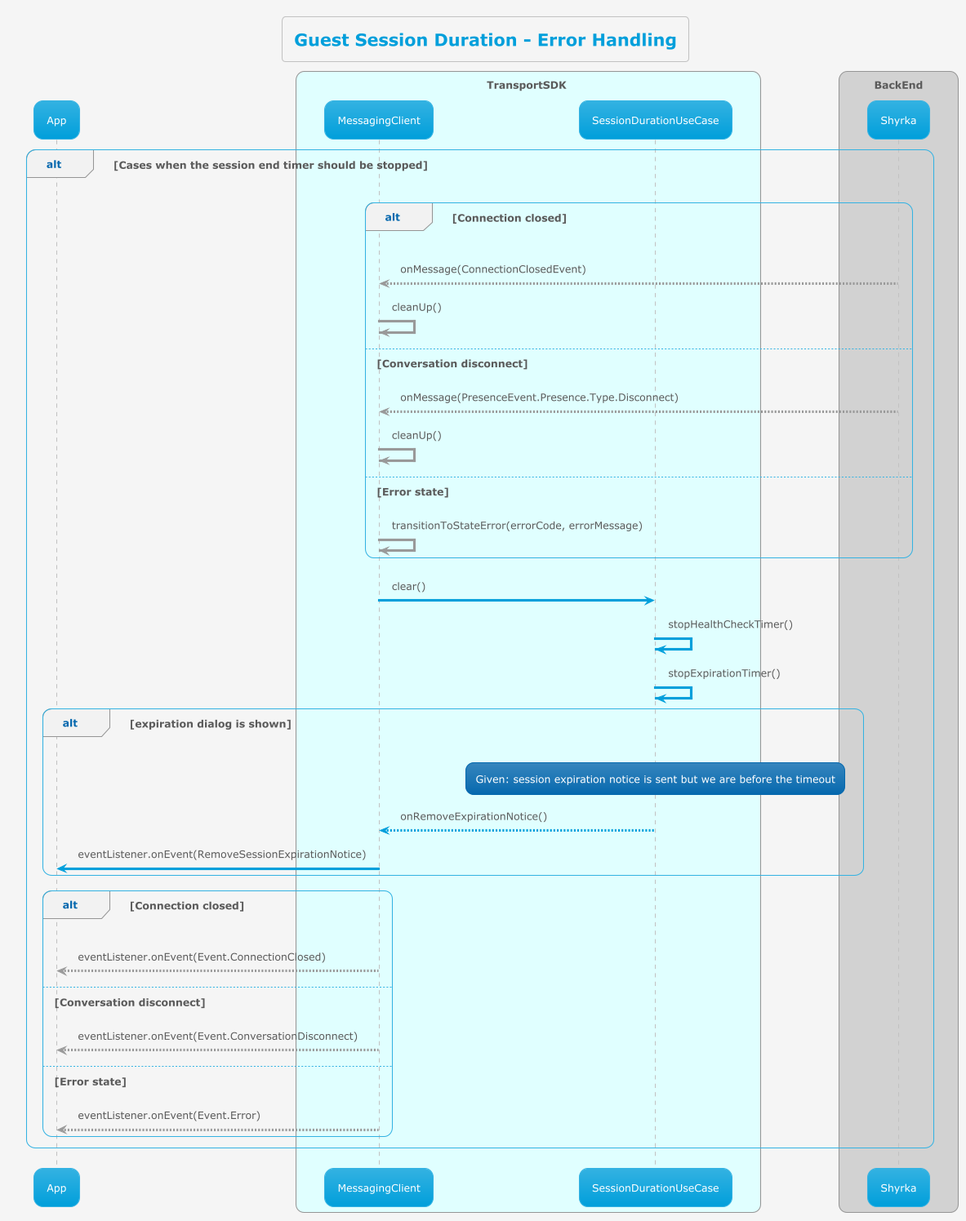
Before: transport/uml/sessionDuration/guest_session_duration_error_handling.png, a diagram exported from PlantUML (MyPureCloud/genesys-messenger-transport-mobile-sdk). Its source is kept beside it as transport/uml/sessionDuration/guest_session_duration_error_handling.puml. Source of this version:
```plantuml
@startuml

!theme bluegray
!pragma teoz true

skinparam backgroundColor #whitesmoke
title Guest Session Duration - Error Handling

participant App
box TransportSDK #lightcyan
participant MessagingClient
participant SessionDurationUseCase
end box
box BackEnd
participant Shyrka
end box

alt Cases when the session end timer should be stopped
    alt Connection closed
        Shyrka [#999]--> MessagingClient: onMessage(ConnectionClosedEvent)
        MessagingClient [#999]-> MessagingClient: cleanUp()
    else Conversation disconnect
        Shyrka [#999]--> MessagingClient: onMessage(PresenceEvent.Presence.Type.Disconnect)
        MessagingClient [#999]-> MessagingClient: cleanUp()
    else Error state
        MessagingClient [#999]-> MessagingClient: transitionToStateError(errorCode, errorMessage)
    end
    MessagingClient -> SessionDurationUseCase: clear()
    SessionDurationUseCase -> SessionDurationUseCase: stopHealthCheckTimer()
    SessionDurationUseCase -> SessionDurationUseCase: stopExpirationTimer()
    alt expiration dialog is shown
        rnote over SessionDurationUseCase
          Given: session expiration notice is sent but we are before the timeout
        end rnote
        SessionDurationUseCase --> MessagingClient: onRemoveExpirationNotice()
        MessagingClient -> App: eventListener.onEvent(RemoveSessionExpirationNotice)
    end
    alt Connection closed
        MessagingClient [#999]--> App: eventListener.onEvent(Event.ConnectionClosed)
    else Conversation disconnect
        MessagingClient [#999]--> App: eventListener.onEvent(Event.ConversationDisconnect)
    else Error state
        MessagingClient [#999]--> App: eventListener.onEvent(Event.Error)
    end
end
@enduml
```
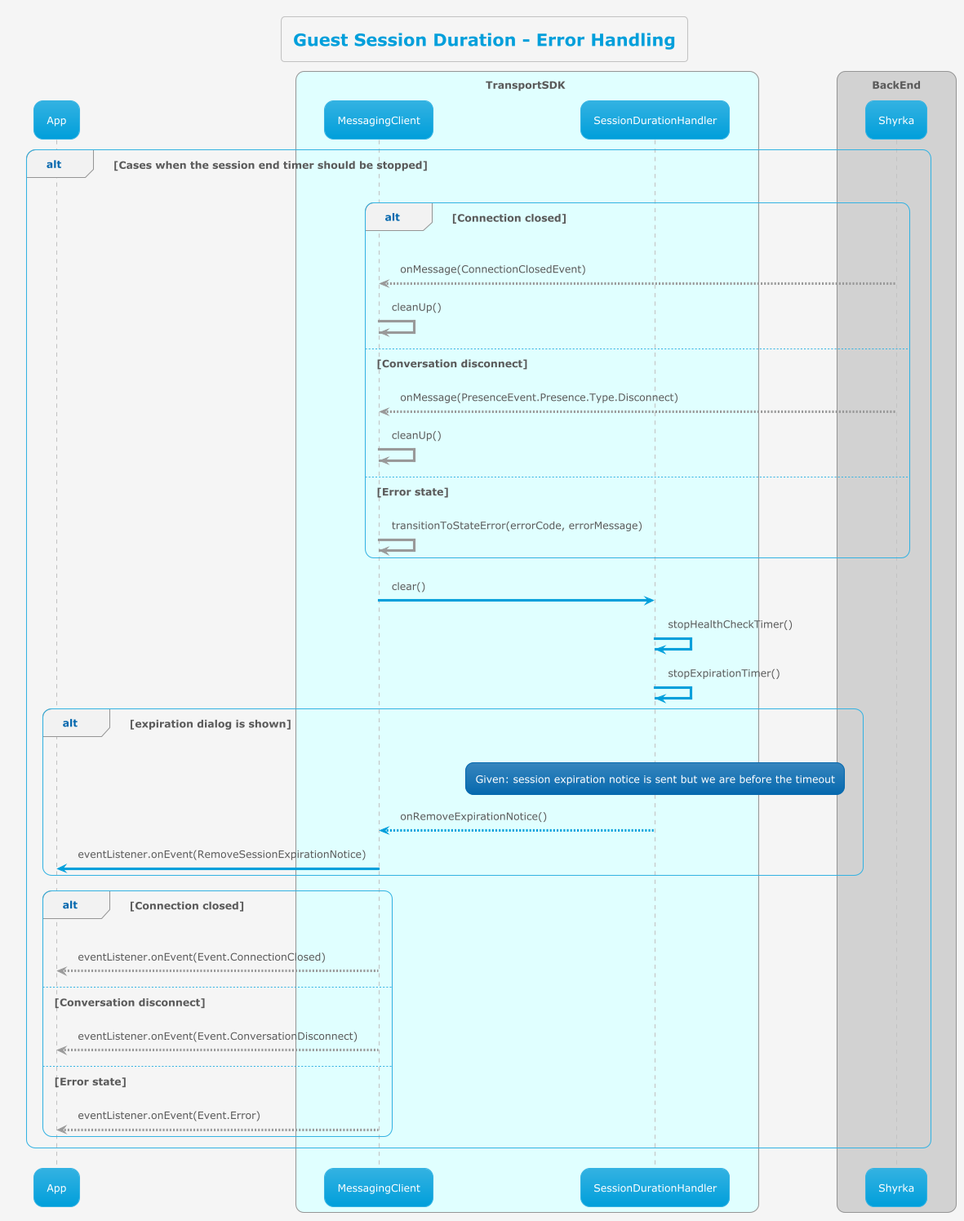
The same diagram one commit later.

The edit, as a diff of the source:
```diff
@@ -9,7 +9,7 @@
 participant App
 box TransportSDK #lightcyan
 participant MessagingClient
-participant SessionDurationUseCase
+participant SessionDurationHandler
 end box
 box BackEnd
 participant Shyrka
@@ -25,14 +25,14 @@
     else Error state
         MessagingClient [#999]-> MessagingClient: transitionToStateError(errorCode, errorMessage)
     end
-    MessagingClient -> SessionDurationUseCase: clear()
-    SessionDurationUseCase -> SessionDurationUseCase: stopHealthCheckTimer()
-    SessionDurationUseCase -> SessionDurationUseCase: stopExpirationTimer()
+    MessagingClient -> SessionDurationHandler: clear()
+    SessionDurationHandler -> SessionDurationHandler: stopHealthCheckTimer()
+    SessionDurationHandler -> SessionDurationHandler: stopExpirationTimer()
     alt expiration dialog is shown
-        rnote over SessionDurationUseCase
+        rnote over SessionDurationHandler
           Given: session expiration notice is sent but we are before the timeout
         end rnote
-        SessionDurationUseCase --> MessagingClient: onRemoveExpirationNotice()
+        SessionDurationHandler --> MessagingClient: onRemoveExpirationNotice()
         MessagingClient -> App: eventListener.onEvent(RemoveSessionExpirationNotice)
     end
     alt Connection closed
```
